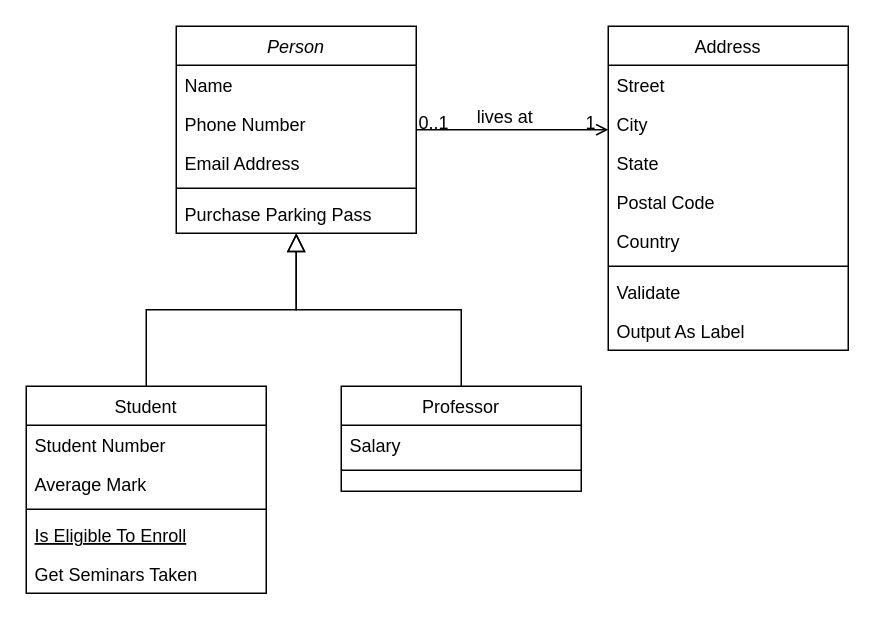
Earlier version of the draw.io diagram 未命名绘图.drawio (fastpig-jiajiajia/DrawIO). Source tidied: cells renumbered, new cells numbered last; positions are measured from the earlier drawing's top-left corner, leaving out a move shared by most shapes. Both pictures are drawn from the tidied source at 150%, with x=0, y=0 at pixel (26, 26).
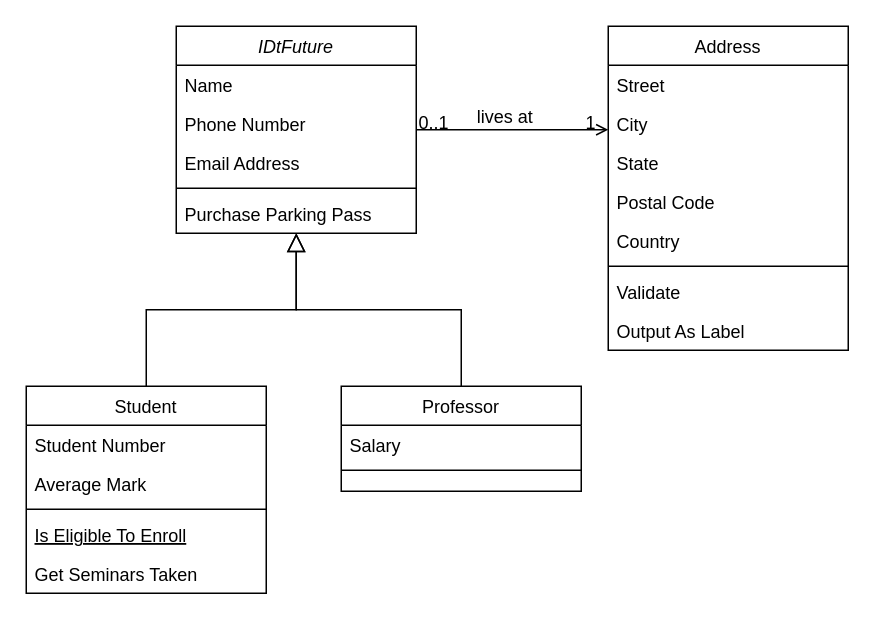
Above is the later version.

Commit message:
查询站建模.drawio

What changed in the source:
```diff
@@
-    <mxCell id="2" value="Person" style="swimlane;fontStyle=2;align=center;verticalAlign=top;horizontal=1;startSize=26;rounded=0;shadow=0;strokeWidth=1;" parent="1" vertex="1">
+    <mxCell id="2" value="IDtFuture" style="swimlane;fontStyle=2;align=center;verticalAlign=top;horizontal=1;startSize=26;rounded=0;shadow=0;strokeWidth=1;" parent="1" vertex="1">
       <mxGeometry x="100" width="160" height="138" as="geometry" />
     </mxCell>
```
